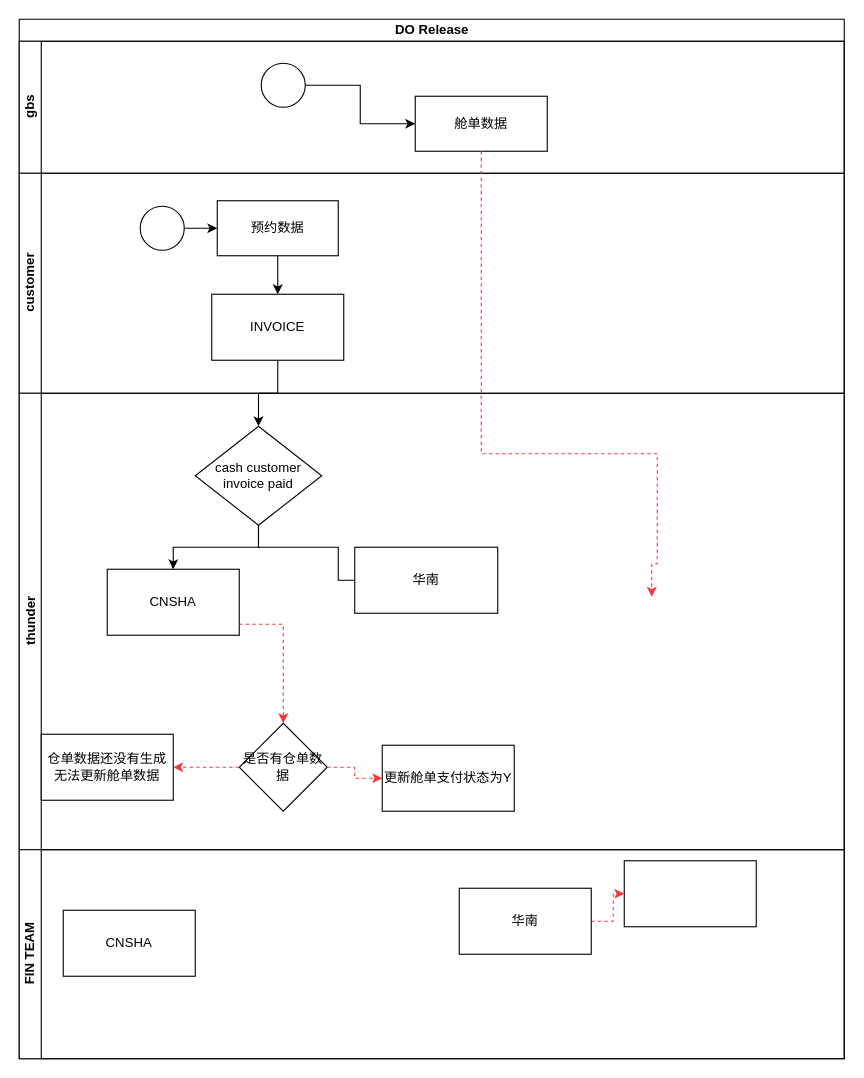
The draw.io diagram biz_BL issue.drawio in yi2003/diagram, before the edit. Source tidied: cells renumbered, new cells numbered last; positions are measured from the earlier drawing's top-left corner, leaving out a move shared by most shapes. Both pictures are drawn from the tidied source at 110%, with x=0, y=0 at pixel (19, 19).
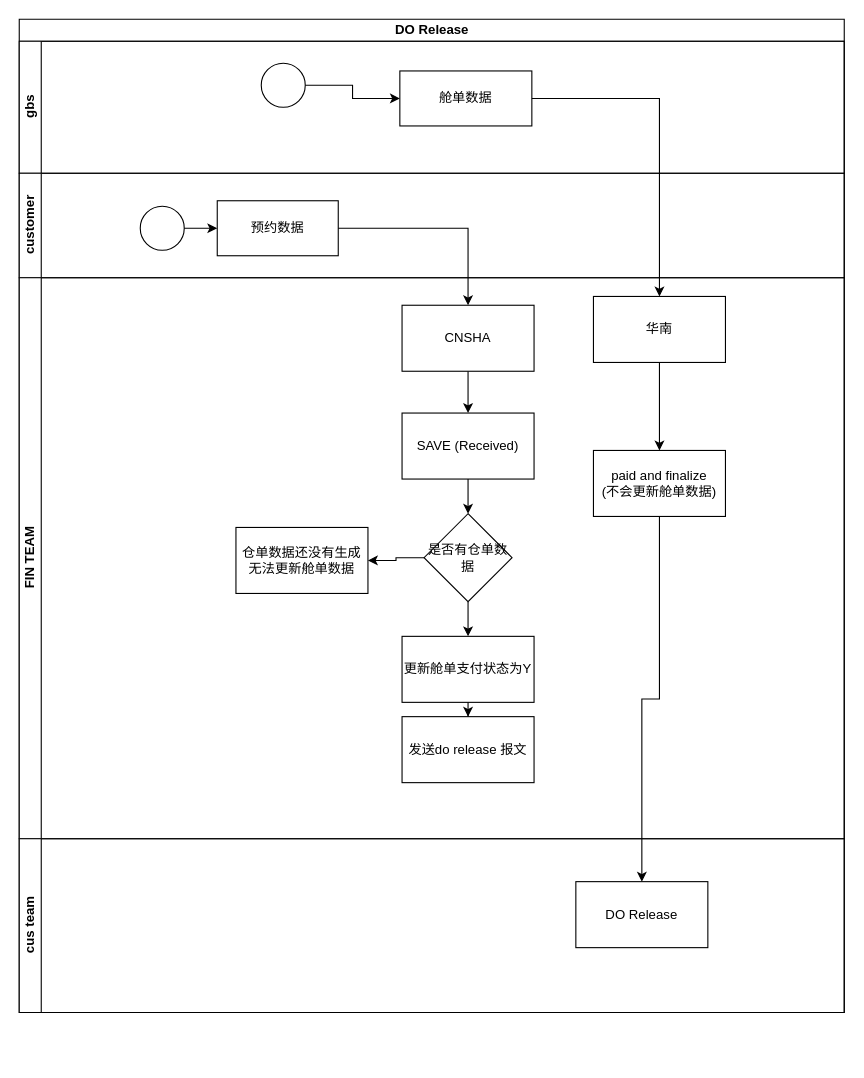
The same page after the edit.

The change refers to these unchanged cells:
```xml
<mxCell id="3" value="gbs" style="swimlane;startSize=20;horizontal=0;html=1;" parent="2" vertex="1">
  <mxGeometry y="20" width="750" height="120" as="geometry" />
</mxCell>
<mxCell id="10" value="预约数据" style="whiteSpace=wrap;html=1;" parent="7" vertex="1">
  <mxGeometry x="180" y="25" width="110" height="50" as="geometry" />
</mxCell>
```

Change to the diagram source:
```diff
@@
     <mxCell id="2" value="DO Release" style="swimlane;horizontal=1;startSize=20;html=1;" parent="1" vertex="1">
-      <mxGeometry width="750" height="945" as="geometry" />
+      <mxGeometry width="750" height="903" as="geometry" />
     </mxCell>
@@
     <mxCell id="5" value="舱单数据" style="whiteSpace=wrap;html=1;" parent="3" vertex="1">
-      <mxGeometry x="360" y="50" width="120" height="50" as="geometry" />
+      <mxGeometry x="346" y="27" width="120" height="50" as="geometry" />
     </mxCell>
@@
     <mxCell id="7" value="customer" style="swimlane;startSize=20;horizontal=0;html=1;" parent="2" vertex="1">
-      <mxGeometry y="140" width="750" height="200" as="geometry" />
+      <mxGeometry y="140" width="750" height="95" as="geometry" />
     </mxCell>
@@
-    <mxCell id="9" style="edgeStyle=orthogonalEdgeStyle;rounded=0;jettySize=auto;html=1;" parent="7" edge="1" source="10" target="12">
-      <mxGeometry relative="1" as="geometry" />
-    </mxCell>
@@
-    <mxCell id="12" value="INVOICE" style="whiteSpace=wrap;html=1;" parent="7" vertex="1">
-      <mxGeometry x="175" y="110" width="120" height="60" as="geometry" />
-    </mxCell>
-    <mxCell id="13" style="edgeStyle=orthogonalEdgeStyle;rounded=0;jettySize=auto;html=1;entryX=0.5;entryY=0;entryDx=0;entryDy=0;exitX=0.5;exitY=1;exitDx=0;exitDy=0;strokeColor=#FF3333;dashed=1;" parent="7" edge="1" source="5">
-      <mxGeometry relative="1" as="geometry">
-        <mxPoint x="575" y="385" as="targetPoint" />
-        <Array as="points">
-          <mxPoint x="420" y="255" />
-          <mxPoint x="580" y="255" />
-          <mxPoint x="580" y="355" />
-          <mxPoint x="575" y="355" />
-        </Array>
-      </mxGeometry>
-    </mxCell>
-    <mxCell id="14" value="thunder" style="swimlane;startSize=20;horizontal=0;html=1;" parent="2" vertex="1">
-      <mxGeometry y="340" width="750" height="415" as="geometry" />
-    </mxCell>
-    <mxCell id="15" style="edgeStyle=orthogonalEdgeStyle;rounded=0;jettySize=auto;html=1;" parent="14" edge="1" source="17" target="18">
-      <mxGeometry relative="1" as="geometry" />
-    </mxCell>
-    <mxCell id="16" style="edgeStyle=orthogonalEdgeStyle;rounded=0;jettySize=auto;html=1;entryX=0.5;entryY=0;entryDx=0;entryDy=0;" parent="14" edge="1" source="17" target="19">
-      <mxGeometry relative="1" as="geometry">
-        <Array as="points">
-          <mxPoint x="218" y="140" />
-          <mxPoint x="290" y="140" />
-        </Array>
-      </mxGeometry>
-    </mxCell>
-    <mxCell id="17" value="cash customer invoice paid" style="rhombus;whiteSpace=wrap;html=1;" parent="14" vertex="1">
-      <mxGeometry x="160" y="30" width="115" height="90" as="geometry" />
-    </mxCell>
-    <mxCell id="18" value="CNSHA" style="whiteSpace=wrap;html=1;" parent="14" vertex="1">
-      <mxGeometry x="80" y="160" width="120" height="60" as="geometry" />
-    </mxCell>
-    <mxCell id="19" value="华南" style="whiteSpace=wrap;html=1;direction=south;" parent="14" vertex="1">
-      <mxGeometry x="305" y="140" width="130" height="60" as="geometry" />
-    </mxCell>
-    <mxCell id="20" value="仓单数据还没有生成无法更新舱单数据" style="whiteSpace=wrap;html=1;" parent="14" vertex="1">
-      <mxGeometry x="20" y="310" width="120" height="60" as="geometry" />
-    </mxCell>
-    <mxCell id="21" value="是否有仓单数据" style="rhombus;whiteSpace=wrap;html=1;" parent="14" vertex="1">
-      <mxGeometry x="200" y="300" width="80" height="80" as="geometry" />
-    </mxCell>
-    <mxCell id="22" style="edgeStyle=orthogonalEdgeStyle;rounded=0;jettySize=auto;html=1;entryX=0.5;entryY=0;entryDx=0;entryDy=0;dashed=1;strokeColor=#FF3333;" parent="14" edge="1" source="18" target="21">
-      <mxGeometry relative="1" as="geometry">
-        <Array as="points">
-          <mxPoint x="240" y="210" />
-        </Array>
-      </mxGeometry>
-    </mxCell>
-    <mxCell id="23" style="edgeStyle=orthogonalEdgeStyle;rounded=0;jettySize=auto;html=1;dashed=1;strokeColor=#FF3333;" parent="14" edge="1" source="21" target="20">
-      <mxGeometry relative="1" as="geometry" />
-    </mxCell>
+    <mxCell id="32" style="edgeStyle=orthogonalEdgeStyle;rounded=0;jettySize=auto;html=1;strokeColor=#000000;" parent="2" edge="1" source="10" target="35">
+      <mxGeometry relative="1" as="geometry" />
+    </mxCell>
+    <mxCell id="26" value="FIN TEAM" style="swimlane;startSize=20;horizontal=0;html=1;" parent="2" vertex="1">
+      <mxGeometry y="235" width="750" height="510" as="geometry" />
+    </mxCell>
+    <mxCell id="33" style="edgeStyle=orthogonalEdgeStyle;rounded=0;jettySize=auto;html=1;strokeColor=#000000;" parent="26" edge="1" source="28" target="36">
+      <mxGeometry relative="1" as="geometry" />
+    </mxCell>
+    <mxCell id="28" value="华南" style="whiteSpace=wrap;html=1;" parent="26" vertex="1">
+      <mxGeometry x="522" y="17" width="120" height="60" as="geometry" />
+    </mxCell>
+    <mxCell id="34" style="edgeStyle=orthogonalEdgeStyle;rounded=0;jettySize=auto;html=1;strokeColor=#000000;" parent="26" edge="1" source="35" target="37">
+      <mxGeometry relative="1" as="geometry" />
+    </mxCell>
+    <mxCell id="35" value="CNSHA" style="whiteSpace=wrap;html=1;" parent="26" vertex="1">
+      <mxGeometry x="348" y="25" width="120" height="60" as="geometry" />
+    </mxCell>
+    <mxCell id="36" value="paid and finalize&lt;br&gt;(不会更新舱单数据)" style="whiteSpace=wrap;html=1;" parent="26" vertex="1">
+      <mxGeometry x="522" y="157" width="120" height="60" as="geometry" />
+    </mxCell>
+    <mxCell id="37" value="SAVE (Received)" style="whiteSpace=wrap;html=1;" parent="26" vertex="1">
+      <mxGeometry x="348" y="123" width="120" height="60" as="geometry" />
+    </mxCell>
+    <mxCell id="38" style="edgeStyle=orthogonalEdgeStyle;rounded=0;jettySize=auto;html=1;strokeColor=#000000;fontFamily=Helvetica;fontSize=12;fontColor=rgb(0, 0, 0);startSize=20;" parent="26" edge="1" source="24" target="40">
+      <mxGeometry relative="1" as="geometry" />
+    </mxCell>
-    <mxCell id="24" value="更新舱单支付状态为Y" style="whiteSpace=wrap;html=1;" parent="14" vertex="1">
-      <mxGeometry x="330" y="320" width="120" height="60" as="geometry" />
+    <mxCell id="24" value="更新舱单支付状态为Y" style="whiteSpace=wrap;html=1;" parent="26" vertex="1">
+      <mxGeometry x="348" y="326" width="120" height="60" as="geometry" />
     </mxCell>
-    <mxCell id="25" style="edgeStyle=orthogonalEdgeStyle;rounded=0;jettySize=auto;html=1;dashed=1;strokeColor=#FF3333;" parent="14" edge="1" source="21" target="24">
+    <mxCell id="25" style="edgeStyle=orthogonalEdgeStyle;rounded=0;jettySize=auto;html=1;strokeColor=#000000;fontFamily=Helvetica;fontSize=12;fontColor=rgb(0, 0, 0);startSize=20;" parent="26" edge="1" source="21" target="24">
       <mxGeometry relative="1" as="geometry" />
     </mxCell>
-    <mxCell id="26" value="FIN TEAM" style="swimlane;startSize=20;horizontal=0;html=1;" parent="2" vertex="1">
-      <mxGeometry y="755" width="750" height="190" as="geometry" />
-    </mxCell>
-    <mxCell id="27" style="edgeStyle=orthogonalEdgeStyle;rounded=0;jettySize=auto;html=1;dashed=1;strokeColor=#FF3333;" parent="26" edge="1" source="28" target="30">
-      <mxGeometry relative="1" as="geometry" />
-    </mxCell>
-    <mxCell id="28" value="华南" style="whiteSpace=wrap;html=1;" parent="26" vertex="1">
-      <mxGeometry x="400" y="35" width="120" height="60" as="geometry" />
-    </mxCell>
-    <mxCell id="29" value="CNSHA" style="whiteSpace=wrap;html=1;" parent="26" vertex="1">
-      <mxGeometry x="40" y="55" width="120" height="60" as="geometry" />
-    </mxCell>
-    <mxCell id="30" style="whiteSpace=wrap;html=1;" parent="26" vertex="1">
-      <mxGeometry x="550" y="10" width="120" height="60" as="geometry" />
-    </mxCell>
-    <mxCell id="31" style="edgeStyle=orthogonalEdgeStyle;rounded=0;jettySize=auto;html=1;" parent="2" edge="1" source="12" target="17">
-      <mxGeometry relative="1" as="geometry" />
-    </mxCell>
+    <mxCell id="21" value="是否有仓单数据" style="rhombus;whiteSpace=wrap;html=1;" parent="26" vertex="1">
+      <mxGeometry x="368" y="214.5" width="80" height="80" as="geometry" />
+    </mxCell>
+    <mxCell id="20" value="仓单数据还没有生成无法更新舱单数据" style="whiteSpace=wrap;html=1;" parent="26" vertex="1">
+      <mxGeometry x="197" y="227" width="120" height="60" as="geometry" />
+    </mxCell>
+    <mxCell id="23" style="edgeStyle=orthogonalEdgeStyle;rounded=0;jettySize=auto;html=1;strokeColor=#000000;" parent="26" edge="1" source="21" target="20">
+      <mxGeometry relative="1" as="geometry" />
+    </mxCell>
+    <mxCell id="39" style="edgeStyle=orthogonalEdgeStyle;rounded=0;jettySize=auto;html=1;strokeColor=#000000;entryX=0.5;entryY=0;entryDx=0;entryDy=0;" parent="26" edge="1" source="37" target="21">
+      <mxGeometry relative="1" as="geometry" />
+    </mxCell>
+    <mxCell id="40" value="发送do release 报文" style="rounded=0;whiteSpace=wrap;html=1;strokeColor=rgb(0, 0, 0);fontFamily=Helvetica;fontSize=12;fontColor=rgb(0, 0, 0);startSize=20;fillColor=rgb(255, 255, 255);" parent="26" vertex="1">
+      <mxGeometry x="348" y="399" width="120" height="60" as="geometry" />
+    </mxCell>
+    <mxCell id="41" value="cus team" style="swimlane;startSize=20;horizontal=0;html=1;" parent="2" vertex="1">
+      <mxGeometry y="745" width="750" height="158" as="geometry" />
+    </mxCell>
+    <mxCell id="42" value="DO Release" style="rounded=0;whiteSpace=wrap;html=1;strokeColor=rgb(0, 0, 0);fontFamily=Helvetica;fontSize=12;fontColor=rgb(0, 0, 0);startSize=20;fillColor=rgb(255, 255, 255);" parent="41" vertex="1">
+      <mxGeometry x="506" y="39" width="120" height="60" as="geometry" />
+    </mxCell>
+    <mxCell id="43" style="edgeStyle=orthogonalEdgeStyle;rounded=0;jettySize=auto;html=1;strokeColor=#000000;fontFamily=Helvetica;fontSize=12;fontColor=rgb(0, 0, 0);startSize=20;" parent="2" edge="1" source="5" target="28">
+      <mxGeometry relative="1" as="geometry" />
+    </mxCell>
+    <mxCell id="44" style="edgeStyle=orthogonalEdgeStyle;rounded=0;jettySize=auto;html=1;strokeColor=#000000;fontFamily=Helvetica;fontSize=12;fontColor=rgb(0, 0, 0);startSize=20;" parent="2" edge="1" source="36" target="42">
+      <mxGeometry relative="1" as="geometry" />
+    </mxCell>
```
